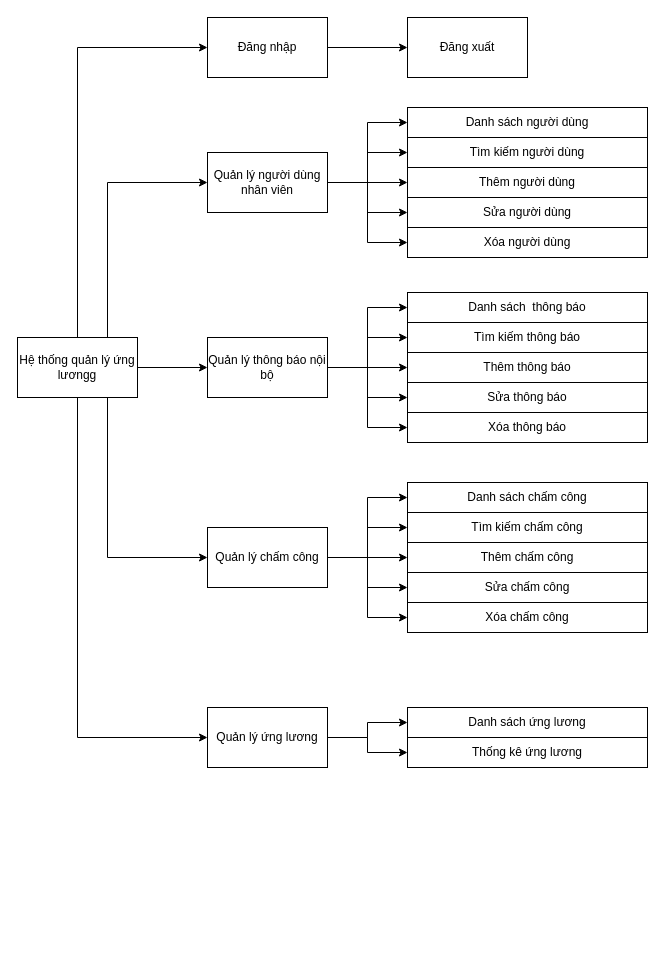
Earlier version of the draw.io diagram page "Sơ đồ phân rã chức năng-Bộ phận QL công ty" (3 of 19) of word/Webungluong.drawio (thangdinh99/WebUngLuong). Source tidied: cells renumbered, new cells numbered last; positions are measured from the earlier drawing's top-left corner, leaving out a move shared by most shapes. Both pictures are drawn from the tidied source at 100%, with x=0, y=0 at pixel (17, 17).
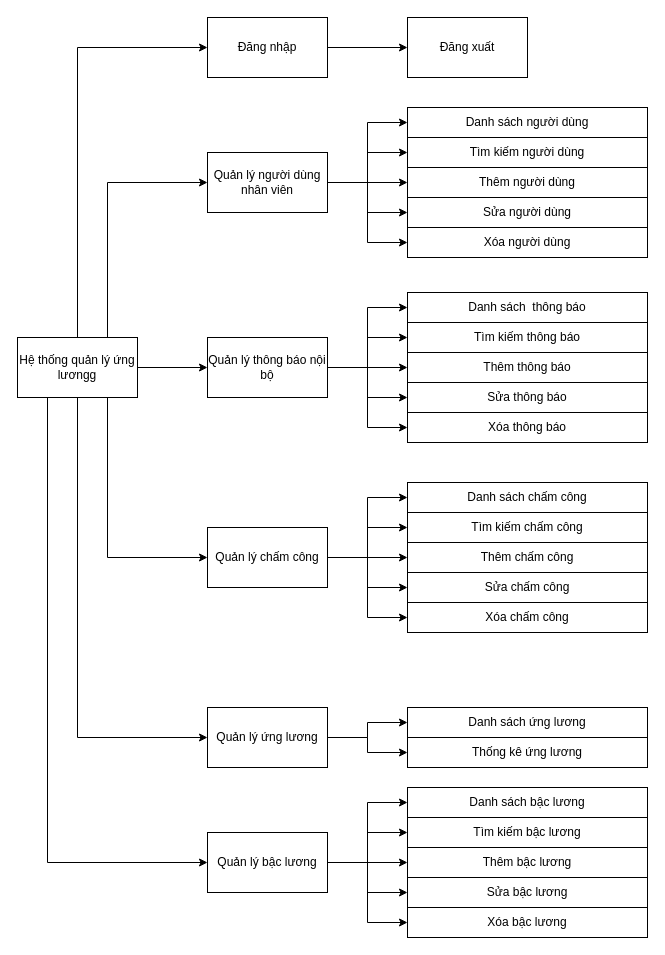
The same page after the edit.

The change refers to these unchanged cells:
```xml
<mxCell id="10" value="Hệ thống quản lý ứng lươngg" style="rounded=0;whiteSpace=wrap;html=1;" parent="1" vertex="1">
  <mxGeometry y="320" width="120" height="60" as="geometry" />
</mxCell>
```

Diff of the diagram source:
```diff
@@
+    <mxCell id="49" style="edgeStyle=orthogonalEdgeStyle;rounded=0;jettySize=auto;html=1;entryX=0;entryY=0.5;entryDx=0;entryDy=0;" parent="1" edge="1" source="10" target="55">
+      <mxGeometry relative="1" as="geometry">
+        <Array as="points">
+          <mxPoint x="30" y="845" />
+        </Array>
+      </mxGeometry>
+    </mxCell>
@@
+    <mxCell id="50" style="edgeStyle=orthogonalEdgeStyle;rounded=0;jettySize=auto;html=1;" parent="1" edge="1" source="55" target="58">
+      <mxGeometry relative="1" as="geometry" />
+    </mxCell>
+    <mxCell id="51" style="edgeStyle=orthogonalEdgeStyle;rounded=0;jettySize=auto;html=1;entryX=0;entryY=0.5;entryDx=0;entryDy=0;" parent="1" edge="1" source="55" target="56">
+      <mxGeometry relative="1" as="geometry" />
+    </mxCell>
+    <mxCell id="52" style="edgeStyle=orthogonalEdgeStyle;rounded=0;jettySize=auto;html=1;" parent="1" edge="1" source="55" target="57">
+      <mxGeometry relative="1" as="geometry" />
+    </mxCell>
+    <mxCell id="53" style="edgeStyle=orthogonalEdgeStyle;rounded=0;jettySize=auto;html=1;entryX=0;entryY=0.5;entryDx=0;entryDy=0;" parent="1" edge="1" source="55" target="59">
+      <mxGeometry relative="1" as="geometry" />
+    </mxCell>
+    <mxCell id="54" style="edgeStyle=orthogonalEdgeStyle;rounded=0;jettySize=auto;html=1;entryX=0;entryY=0.5;entryDx=0;entryDy=0;" parent="1" edge="1" source="55" target="60">
+      <mxGeometry relative="1" as="geometry" />
+    </mxCell>
+    <mxCell id="55" value="Quản lý bậc lương" style="rounded=0;whiteSpace=wrap;html=1;" parent="1" vertex="1">
+      <mxGeometry x="190" y="815" width="120" height="60" as="geometry" />
+    </mxCell>
+    <mxCell id="56" value="Danh sách bậc lương" style="rounded=0;whiteSpace=wrap;html=1;" parent="1" vertex="1">
+      <mxGeometry x="390" y="770" width="240" height="30" as="geometry" />
+    </mxCell>
+    <mxCell id="57" value="Tìm kiếm bậc lương" style="rounded=0;whiteSpace=wrap;html=1;" parent="1" vertex="1">
+      <mxGeometry x="390" y="800" width="240" height="30" as="geometry" />
+    </mxCell>
+    <mxCell id="58" value="Thêm bậc lương" style="rounded=0;whiteSpace=wrap;html=1;" parent="1" vertex="1">
+      <mxGeometry x="390" y="830" width="240" height="30" as="geometry" />
+    </mxCell>
+    <mxCell id="59" value="Sửa bậc lương" style="rounded=0;whiteSpace=wrap;html=1;" parent="1" vertex="1">
+      <mxGeometry x="390" y="860" width="240" height="30" as="geometry" />
+    </mxCell>
+    <mxCell id="60" value="Xóa bậc lương" style="rounded=0;whiteSpace=wrap;html=1;" parent="1" vertex="1">
+      <mxGeometry x="390" y="890" width="240" height="30" as="geometry" />
+    </mxCell>
```
